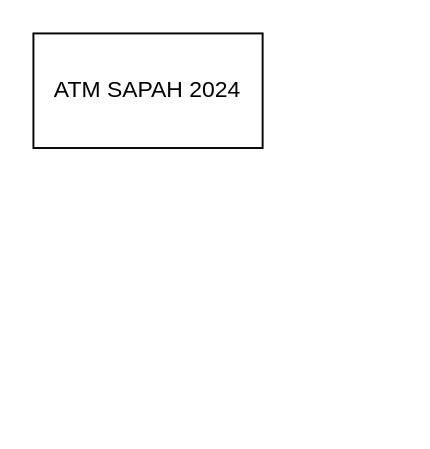
agussupriadiaria/AtmSampah2024 keeps this draw.io diagram as DIAGRAM/ATM Sampah 2024 Diagram.drawio. Above is the earlier version. Source tidied: cells renumbered, new cells numbered last; positions are measured from the earlier drawing's top-left corner, leaving out a move shared by most shapes. Both pictures are drawn from the tidied source at 191%, with x=0, y=0 at pixel (32, 32).
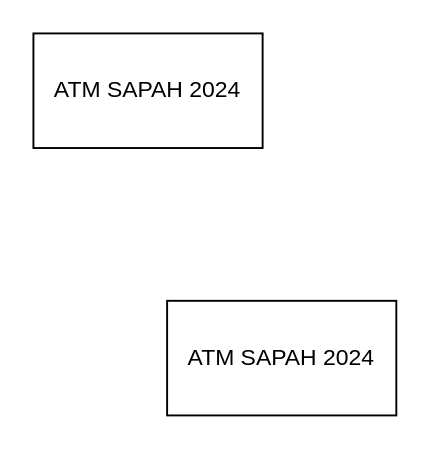
The same diagram, later.

What changed in the source:
```diff
@@
 <mxGraphModel>
   <root>
     <mxCell id="0" />
     <mxCell id="1" parent="0" />
     <mxCell id="2" value="ATM SAPAH 2024" style="rounded=0;whiteSpace=wrap;html=1;" parent="1" vertex="1">
       <mxGeometry width="120" height="60" as="geometry" />
     </mxCell>
+    <mxCell id="3" value="ATM SAPAH 2024" style="rounded=0;whiteSpace=wrap;html=1;" parent="1" vertex="1">
+      <mxGeometry x="70" y="140" width="120" height="60" as="geometry" />
+    </mxCell>
   </root>
 </mxGraphModel>
```
